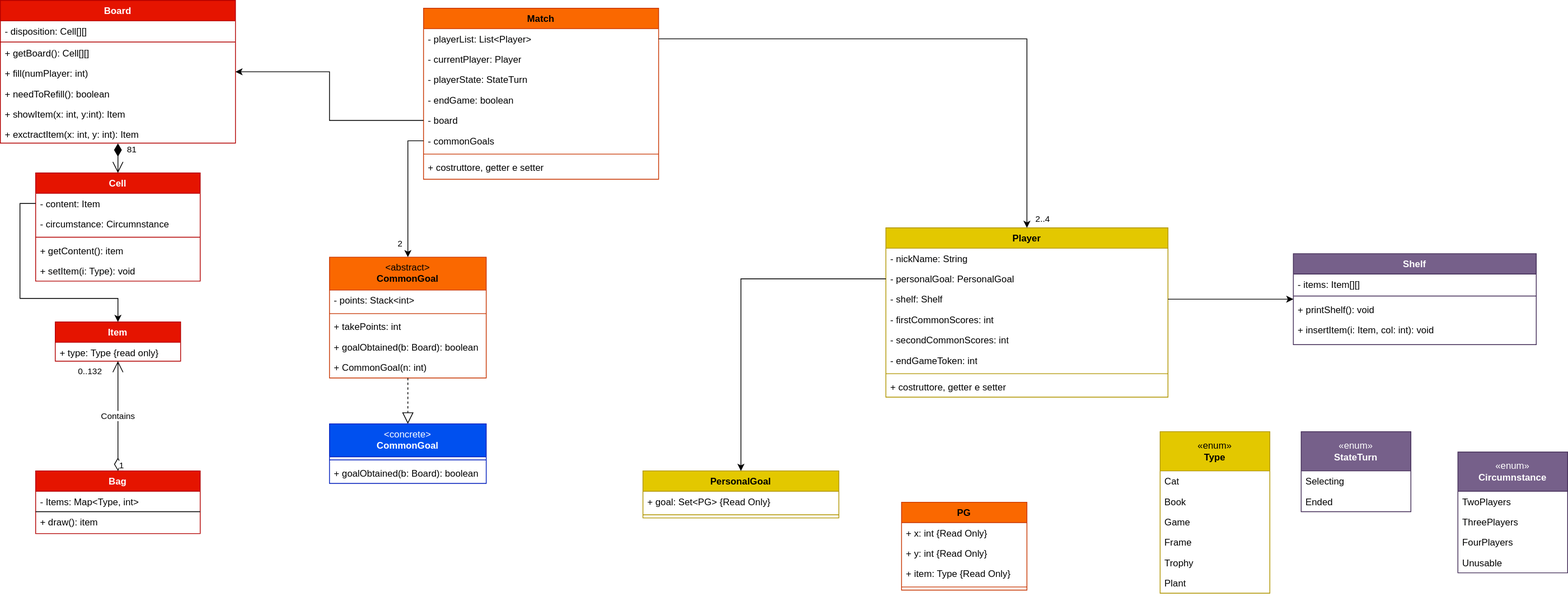
Earlier version of the draw.io export deliveries/UML/model.drawio.svg (pontig/ing-sw-2023-pontiggia-pasini-reffo-perriello). Source tidied: cells renumbered, new cells last; positions are measured from the earlier drawing's top-left corner, leaving out a move shared by most shapes.
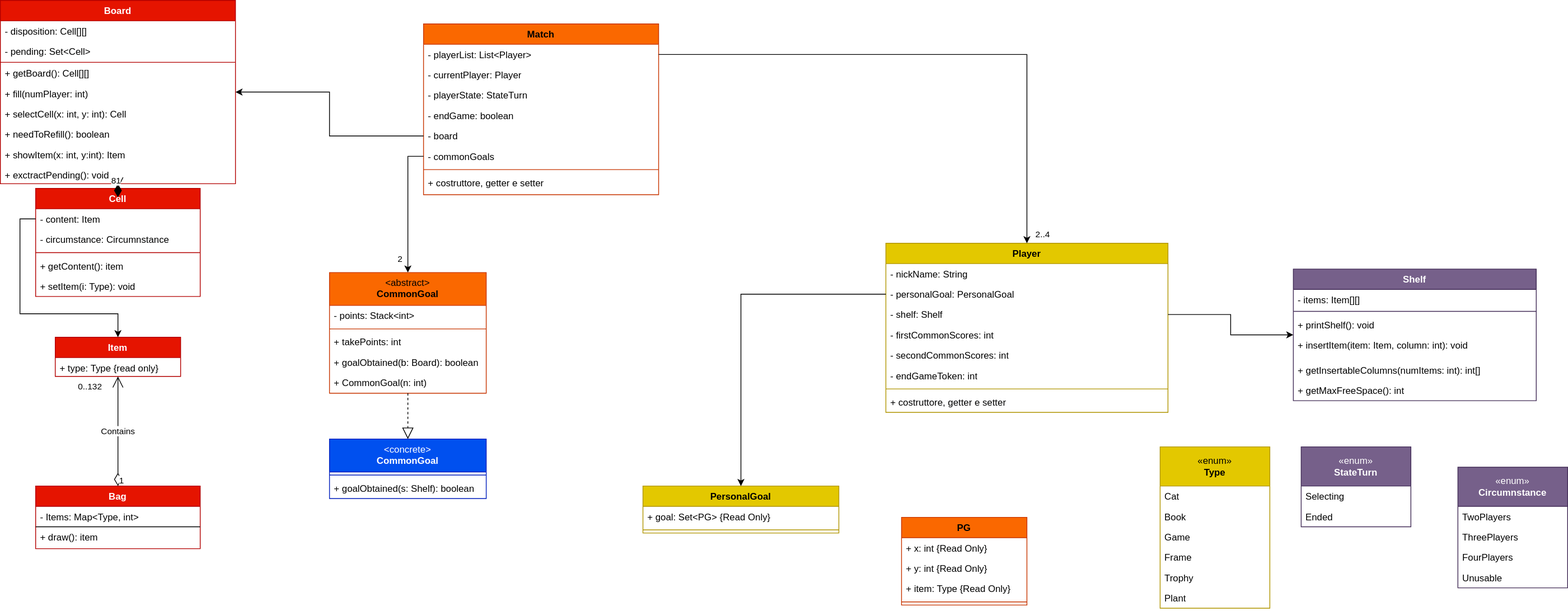
Later version of the same file.

Diff of the diagram source:
```diff
@@ -45,28 +45,34 @@
       <mxGeometry y="180" width="140" height="26" as="geometry" />
     </mxCell>
     <mxCell id="15" value="Board" style="swimlane;fontStyle=1;align=center;verticalAlign=top;horizontal=1;startSize=26;whiteSpace=wrap;html=1;fillColor=#e51400;strokeColor=#B20000;fontColor=#ffffff;" parent="1" vertex="1">
-      <mxGeometry width="300" height="182" as="geometry" />
+      <mxGeometry y="-20" width="300" height="234" as="geometry" />
     </mxCell>
     <mxCell id="16" value="- disposition: Cell[][]" style="text;strokeColor=none;fillColor=none;align=left;verticalAlign=top;spacingLeft=4;spacingRight=4;overflow=hidden;whiteSpace=wrap;html=1;" parent="15" vertex="1">
       <mxGeometry y="26" width="300" height="26" as="geometry" />
     </mxCell>
+    <mxCell id="90" value="- pending: Set&amp;lt;Cell&amp;gt;" style="text;strokeColor=none;fillColor=none;align=left;verticalAlign=top;spacingLeft=4;spacingRight=4;overflow=hidden;whiteSpace=wrap;html=1;" parent="15" vertex="1">
+      <mxGeometry y="52" width="300" height="26" as="geometry" />
+    </mxCell>
     <mxCell id="17" style="line;strokeWidth=1;fillColor=none;align=left;verticalAlign=middle;spacingTop=-1;spacingLeft=3;spacingRight=3;labelPosition=right;strokeColor=inherit;" parent="15" vertex="1">
-      <mxGeometry y="52" width="300" height="2" as="geometry" />
+      <mxGeometry y="78" width="300" height="2" as="geometry" />
     </mxCell>
     <mxCell id="18" value="+ getBoard(): Cell[][]" style="text;strokeColor=none;fillColor=none;align=left;verticalAlign=top;spacingLeft=4;spacingRight=4;overflow=hidden;whiteSpace=wrap;html=1;" parent="15" vertex="1">
-      <mxGeometry y="54" width="300" height="26" as="geometry" />
+      <mxGeometry y="80" width="300" height="26" as="geometry" />
     </mxCell>
     <mxCell id="19" value="+ fill(numPlayer: int)" style="text;strokeColor=none;fillColor=none;align=left;verticalAlign=top;spacingLeft=4;spacingRight=4;overflow=hidden;whiteSpace=wrap;html=1;" parent="15" vertex="1">
-      <mxGeometry y="80" width="300" height="26" as="geometry" />
+      <mxGeometry y="106" width="300" height="26" as="geometry" />
     </mxCell>
+    <mxCell id="91" value="+ selectCell(x: int, y: int): Cell" style="text;strokeColor=none;fillColor=none;align=left;verticalAlign=top;spacingLeft=4;spacingRight=4;overflow=hidden;whiteSpace=wrap;html=1;" parent="15" vertex="1">
+      <mxGeometry y="132" width="300" height="26" as="geometry" />
+    </mxCell>
     <mxCell id="20" value="+ needToRefill(): boolean" style="text;strokeColor=none;fillColor=none;align=left;verticalAlign=top;spacingLeft=4;spacingRight=4;overflow=hidden;whiteSpace=wrap;html=1;" parent="15" vertex="1">
-      <mxGeometry y="106" width="300" height="26" as="geometry" />
+      <mxGeometry y="158" width="300" height="26" as="geometry" />
     </mxCell>
     <mxCell id="21" value="+ showItem(x: int, y:int): Item" style="text;strokeColor=none;fillColor=none;align=left;verticalAlign=top;spacingLeft=4;spacingRight=4;overflow=hidden;whiteSpace=wrap;html=1;" parent="15" vertex="1">
-      <mxGeometry y="132" width="300" height="26" as="geometry" />
+      <mxGeometry y="184" width="300" height="26" as="geometry" />
     </mxCell>
-    <mxCell id="22" value="+ exctractItem(x: int, y: int): Item" style="text;strokeColor=none;fillColor=none;align=left;verticalAlign=top;spacingLeft=4;spacingRight=4;overflow=hidden;points=[[0,0.5],[1,0.5]];portConstraint=eastwest;whiteSpace=wrap;html=1;" parent="15" vertex="1">
-      <mxGeometry y="158" width="300" height="24" as="geometry" />
+    <mxCell id="22" value="+ exctractPending(): void" style="text;strokeColor=none;fillColor=none;align=left;verticalAlign=top;spacingLeft=4;spacingRight=4;overflow=hidden;points=[[0,0.5],[1,0.5]];portConstraint=eastwest;whiteSpace=wrap;html=1;" parent="15" vertex="1">
+      <mxGeometry y="210" width="300" height="24" as="geometry" />
     </mxCell>
     <mxCell id="23" value="Match" style="swimlane;fontStyle=1;align=center;verticalAlign=top;horizontal=1;startSize=26;whiteSpace=wrap;html=1;fillColor=#fa6800;strokeColor=#C73500;fontColor=#000000;" parent="1" vertex="1">
       <mxGeometry x="540" y="10" width="300" height="218" as="geometry" />
@@ -132,7 +138,7 @@
       <mxGeometry y="52" width="250" height="8" as="geometry" />
     </mxCell>
     <mxCell id="44" value="Shelf" style="swimlane;fontStyle=1;align=center;verticalAlign=top;horizontal=1;startSize=26;whiteSpace=wrap;html=1;fillColor=#76608a;strokeColor=#432D57;fontColor=#ffffff;" parent="1" vertex="1">
-      <mxGeometry x="1650" y="323" width="310" height="116" as="geometry" />
+      <mxGeometry x="1650" y="323" width="310" height="168" as="geometry" />
     </mxCell>
     <mxCell id="45" value="- items: Item[][]" style="text;strokeColor=none;fillColor=none;align=left;verticalAlign=top;spacingLeft=4;spacingRight=4;overflow=hidden;whiteSpace=wrap;html=1;" parent="44" vertex="1">
       <mxGeometry y="26" width="310" height="24" as="geometry" />
@@ -143,9 +149,15 @@
     <mxCell id="47" value="+ printShelf(): void" style="text;strokeColor=none;fillColor=none;align=left;verticalAlign=top;spacingLeft=4;spacingRight=4;overflow=hidden;whiteSpace=wrap;html=1;" parent="44" vertex="1">
       <mxGeometry y="58" width="310" height="26" as="geometry" />
     </mxCell>
-    <mxCell id="48" value="+ insertItem(i: Item, col: int): void" style="text;strokeColor=none;fillColor=none;align=left;verticalAlign=top;spacingLeft=4;spacingRight=4;overflow=hidden;whiteSpace=wrap;html=1;" parent="44" vertex="1">
+    <mxCell id="48" value="+ insertItem(item: Item, column: int): void" style="text;strokeColor=none;fillColor=none;align=left;verticalAlign=top;spacingLeft=4;spacingRight=4;overflow=hidden;whiteSpace=wrap;html=1;" parent="44" vertex="1">
       <mxGeometry y="84" width="310" height="32" as="geometry" />
     </mxCell>
+    <mxCell id="92" value="+ getInsertableColumns(numItems: int): int[]" style="text;strokeColor=none;fillColor=none;align=left;verticalAlign=top;spacingLeft=4;spacingRight=4;overflow=hidden;whiteSpace=wrap;html=1;" parent="44" vertex="1">
+      <mxGeometry y="116" width="310" height="26" as="geometry" />
+    </mxCell>
+    <mxCell id="93" value="+ getMaxFreeSpace(): int" style="text;strokeColor=none;fillColor=none;align=left;verticalAlign=top;spacingLeft=4;spacingRight=4;overflow=hidden;whiteSpace=wrap;html=1;" parent="44" vertex="1">
+      <mxGeometry y="142" width="310" height="26" as="geometry" />
+    </mxCell>
     <mxCell id="49" style="edgeStyle=orthogonalEdgeStyle;rounded=0;jettySize=auto;html=1;" parent="1" edge="1" source="35" target="44">
       <mxGeometry relative="1" as="geometry" />
     </mxCell>
@@ -206,7 +218,7 @@
     <mxCell id="68" style="line;strokeWidth=1;fillColor=none;align=left;verticalAlign=middle;spacingTop=-1;spacingLeft=3;spacingRight=3;labelPosition=right;strokeColor=inherit;" parent="67" vertex="1">
       <mxGeometry y="42" width="200" height="8" as="geometry" />
     </mxCell>
-    <mxCell id="69" value="+ goalObtained(b: Board): boolean" style="text;strokeColor=none;fillColor=none;align=left;verticalAlign=top;spacingLeft=4;spacingRight=4;overflow=hidden;whiteSpace=wrap;html=1;" parent="67" vertex="1">
+    <mxCell id="69" value="+ goalObtained(s: Shelf): boolean" style="text;strokeColor=none;fillColor=none;align=left;verticalAlign=top;spacingLeft=4;spacingRight=4;overflow=hidden;whiteSpace=wrap;html=1;" parent="67" vertex="1">
       <mxGeometry y="50" width="200" height="26" as="geometry" />
     </mxCell>
     <mxCell id="70" style="edgeStyle=orthogonalEdgeStyle;rounded=0;jettySize=auto;html=1;" parent="1" edge="1" source="29" target="60">
```
